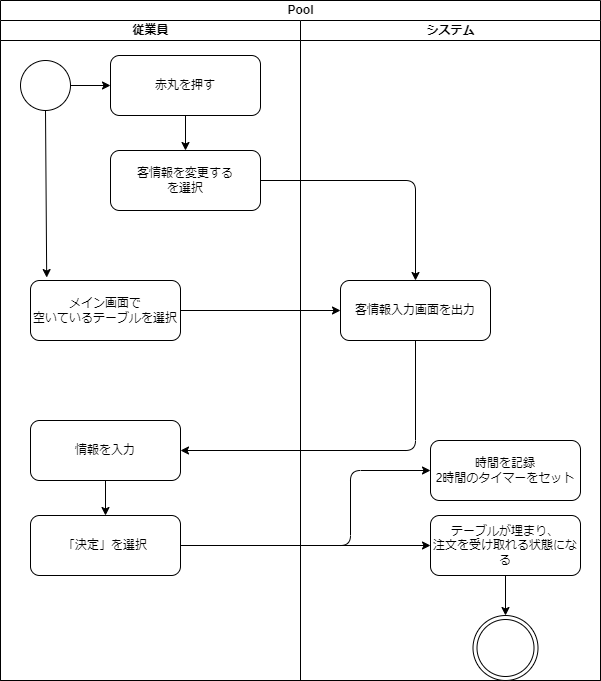
This is psp4/アクティビティ図_新規客.drawio.png from MasakiHiguchi/---, a draw.io export, as it was before one commit. Source tidied: cells renumbered, new cells last; positions are measured from the earlier drawing's top-left corner, leaving out a move shared by most shapes.
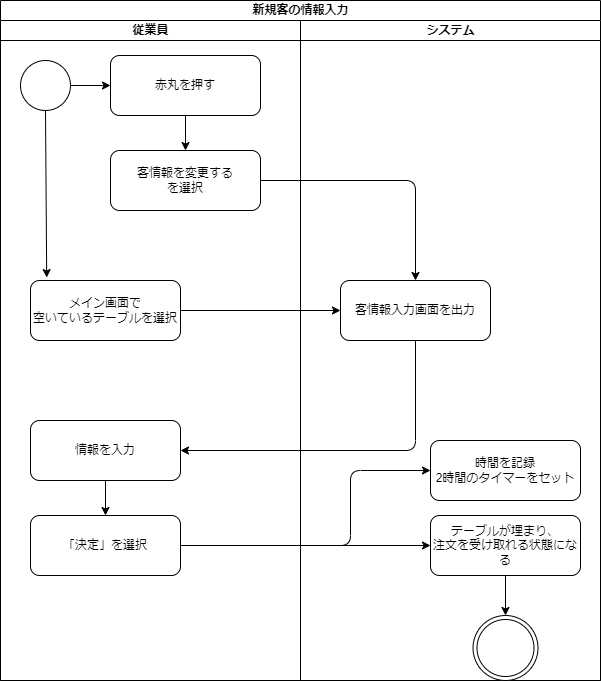
Above is the later version.

What changed in the source:
```diff
@@ -2,7 +2,7 @@
   <root>
     <mxCell id="0" />
     <mxCell id="1" parent="0" />
-    <mxCell id="2" value="Pool" style="swimlane;startSize=20;html=1;" parent="1" vertex="1">
+    <mxCell id="2" value="新規客の情報入力" style="swimlane;startSize=20;html=1;" parent="1" vertex="1">
       <mxGeometry width="600" height="680" as="geometry" />
     </mxCell>
     <mxCell id="3" value="従業員" style="swimlane;startSize=20;html=1;" parent="2" vertex="1">
```
